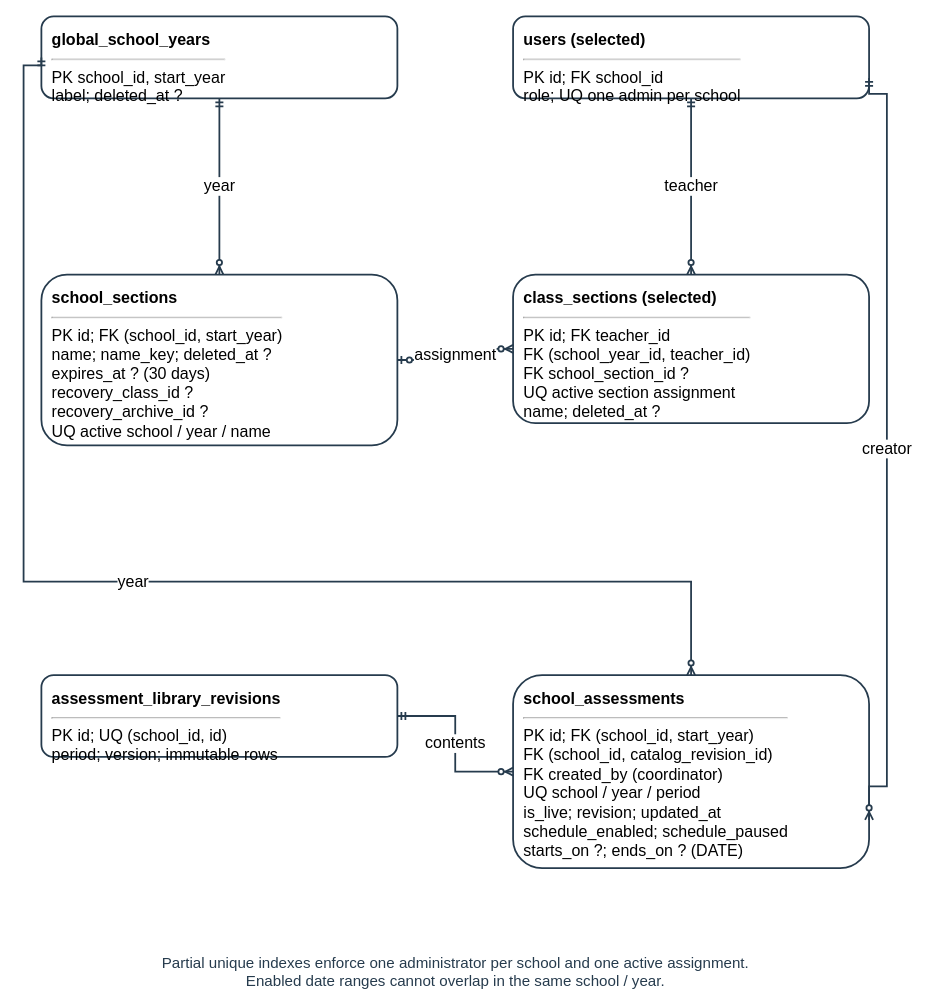
Before: docs/diagrams/class-workspaces/figure-26c-school-flow-erd.drawio in AkuSayangKamuJudaSayang/crl-app, a draw.io diagram. Source tidied: cells renumbered, new cells numbered last; positions are measured from the earlier drawing's top-left corner, leaving out a move shared by most shapes. Both pictures are drawn from the tidied source at 89%, with x=0, y=0 at pixel (23, 16).
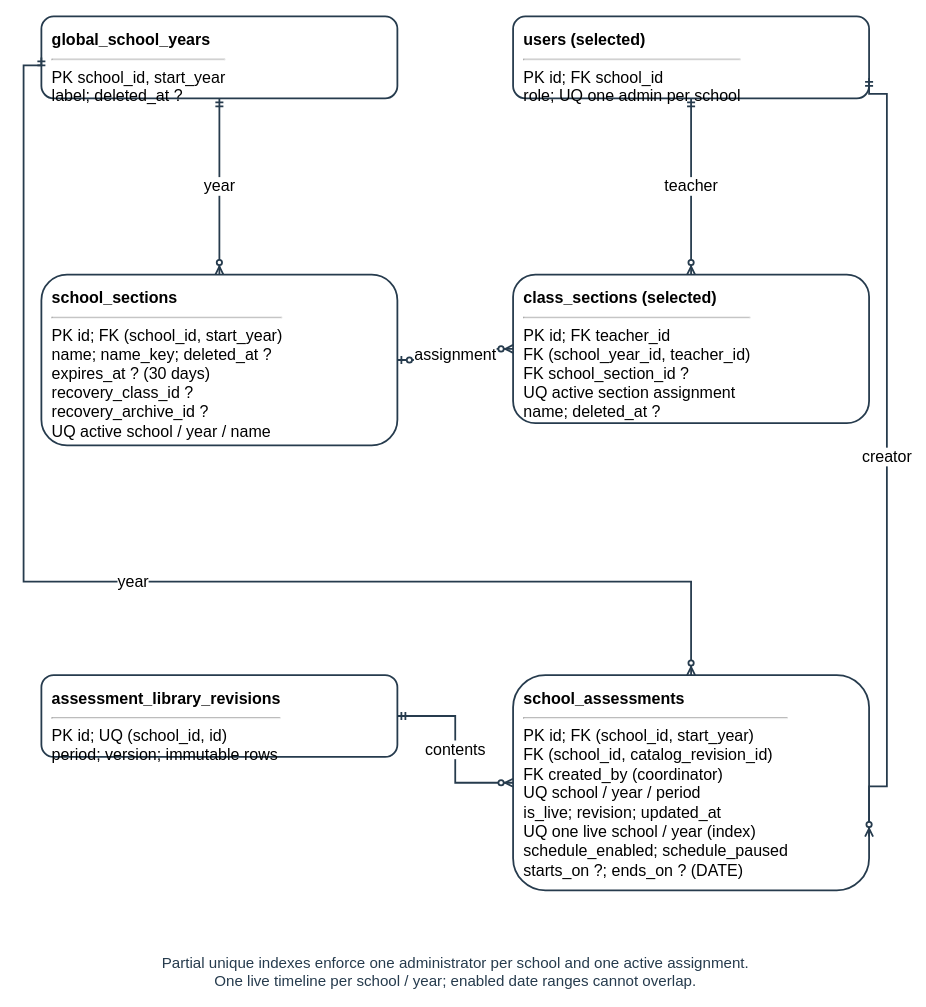
The same page after the edit.

Change to the diagram source:
```diff
@@
 <mxGraphModel>
   <root>
     <mxCell id="0" />
     <mxCell id="1" parent="0" />
-    <mxCell id="2" value="Partial unique indexes enforce one administrator per school and one active assignment.&lt;br&gt;Enabled date ranges cannot overlap in the same school / year." style="text;html=1;align=center;verticalAlign=top;fontSize=17;fontColor=#263b4d;fontStyle=0;strokeColor=none;fillColor=none;" parent="1" vertex="1">
+    <mxCell id="2" value="Partial unique indexes enforce one administrator per school and one active assignment.&lt;br&gt;One live timeline per school / year; enabled date ranges cannot overlap." style="text;html=1;align=center;verticalAlign=top;fontSize=17;fontColor=#263b4d;fontStyle=0;strokeColor=none;fillColor=none;" parent="1" vertex="1">
       <mxGeometry x="185" y="1048" width="600" height="40.8" as="geometry" />
     </mxCell>
     <mxCell id="3" value="&lt;b&gt;global_school_years&lt;/b&gt;&lt;br&gt;&lt;hr&gt;PK school_id, start_year&lt;br&gt;label; deleted_at ?" style="rounded=1;html=1;whiteSpace=wrap;fillColor=#ffffff;strokeColor=#263b4d;strokeWidth=2;align=left;verticalAlign=top;spacing=12;fontSize=18;" parent="1" vertex="1">
       <mxGeometry x="20" width="400" height="92" as="geometry" />
     </mxCell>
     <mxCell id="4" value="&lt;b&gt;users (selected)&lt;/b&gt;&lt;br&gt;&lt;hr&gt;PK id; FK school_id&lt;br&gt;role; UQ one admin per school" style="rounded=1;html=1;whiteSpace=wrap;fillColor=#ffffff;strokeColor=#263b4d;strokeWidth=2;align=left;verticalAlign=top;spacing=12;fontSize=18;" parent="1" vertex="1">
       <mxGeometry x="550" width="400" height="92" as="geometry" />
     </mxCell>
     <mxCell id="5" value="&lt;b&gt;school_sections&lt;/b&gt;&lt;br&gt;&lt;hr&gt;PK id; FK (school_id, start_year)&lt;br&gt;name; name_key; deleted_at ?&lt;br&gt;expires_at ? (30 days)&lt;br&gt;recovery_class_id ?&lt;br&gt;recovery_archive_id ?&lt;br&gt;UQ active school / year / name" style="rounded=1;html=1;whiteSpace=wrap;fillColor=#ffffff;strokeColor=#263b4d;strokeWidth=2;align=left;verticalAlign=top;spacing=12;fontSize=18;" parent="1" vertex="1">
       <mxGeometry x="20" y="290" width="400" height="192" as="geometry" />
     </mxCell>
     <mxCell id="6" value="&lt;b&gt;class_sections (selected)&lt;/b&gt;&lt;br&gt;&lt;hr&gt;PK id; FK teacher_id&lt;br&gt;FK (school_year_id, teacher_id)&lt;br&gt;FK school_section_id ?&lt;br&gt;UQ active section assignment&lt;br&gt;name; deleted_at ?" style="rounded=1;html=1;whiteSpace=wrap;fillColor=#ffffff;strokeColor=#263b4d;strokeWidth=2;align=left;verticalAlign=top;spacing=12;fontSize=18;" parent="1" vertex="1">
       <mxGeometry x="550" y="290" width="400" height="167" as="geometry" />
     </mxCell>
     <mxCell id="7" value="&lt;b&gt;assessment_library_revisions&lt;/b&gt;&lt;br&gt;&lt;hr&gt;PK id; UQ (school_id, id)&lt;br&gt;period; version; immutable rows" style="rounded=1;html=1;whiteSpace=wrap;fillColor=#ffffff;strokeColor=#263b4d;strokeWidth=2;align=left;verticalAlign=top;spacing=12;fontSize=18;" parent="1" vertex="1">
       <mxGeometry x="20" y="740" width="400" height="92" as="geometry" />
     </mxCell>
-    <mxCell id="8" value="&lt;b&gt;school_assessments&lt;/b&gt;&lt;br&gt;&lt;hr&gt;PK id; FK (school_id, start_year)&lt;br&gt;FK (school_id, catalog_revision_id)&lt;br&gt;FK created_by (coordinator)&lt;br&gt;UQ school / year / period&lt;br&gt;is_live; revision; updated_at&lt;br&gt;schedule_enabled; schedule_paused&lt;br&gt;starts_on ?; ends_on ? (DATE)" style="rounded=1;html=1;whiteSpace=wrap;fillColor=#ffffff;strokeColor=#263b4d;strokeWidth=2;align=left;verticalAlign=top;spacing=12;fontSize=18;" parent="1" vertex="1">
-      <mxGeometry x="550" y="740" width="400" height="217" as="geometry" />
+    <mxCell id="8" value="&lt;b&gt;school_assessments&lt;/b&gt;&lt;br&gt;&lt;hr&gt;PK id; FK (school_id, start_year)&lt;br&gt;FK (school_id, catalog_revision_id)&lt;br&gt;FK created_by (coordinator)&lt;br&gt;UQ school / year / period&lt;br&gt;is_live; revision; updated_at&lt;br&gt;UQ one live school / year (index)&lt;br&gt;schedule_enabled; schedule_paused&lt;br&gt;starts_on ?; ends_on ? (DATE)" style="rounded=1;html=1;whiteSpace=wrap;fillColor=#ffffff;strokeColor=#263b4d;strokeWidth=2;align=left;verticalAlign=top;spacing=12;fontSize=18;" parent="1" vertex="1">
+      <mxGeometry x="550" y="740" width="400" height="242" as="geometry" />
     </mxCell>
     <mxCell id="9" value="year" style="edgeStyle=orthogonalEdgeStyle;rounded=0;html=1;endArrow=none;strokeColor=#263b4d;strokeWidth=2;exitX=0.5;exitY=1;entryX=0.5;entryY=0;fontSize=18;labelBackgroundColor=#ffffff;startArrow=ERmandOne;endArrow=ERzeroToMany;" parent="1" edge="1" source="3" target="5">
       <mxGeometry relative="1" as="geometry" />
     </mxCell>
     <mxCell id="10" value="teacher" style="edgeStyle=orthogonalEdgeStyle;rounded=0;html=1;endArrow=none;strokeColor=#263b4d;strokeWidth=2;exitX=0.5;exitY=1;entryX=0.5;entryY=0;fontSize=18;labelBackgroundColor=#ffffff;startArrow=ERmandOne;endArrow=ERzeroToMany;" parent="1" edge="1" source="4" target="6">
       <mxGeometry relative="1" as="geometry" />
     </mxCell>
     <mxCell id="11" value="assignment" style="edgeStyle=orthogonalEdgeStyle;rounded=0;html=1;endArrow=none;strokeColor=#263b4d;strokeWidth=2;exitX=1;exitY=0.5;entryX=0;entryY=0.5;fontSize=18;labelBackgroundColor=#ffffff;startArrow=ERzeroToOne;endArrow=ERzeroToMany;" parent="1" edge="1" source="5" target="6">
       <mxGeometry relative="1" as="geometry" />
     </mxCell>
     <mxCell id="12" value="contents" style="edgeStyle=orthogonalEdgeStyle;rounded=0;html=1;endArrow=none;strokeColor=#263b4d;strokeWidth=2;exitX=1;exitY=0.5;entryX=0;entryY=0.5;fontSize=18;labelBackgroundColor=#ffffff;startArrow=ERmandOne;endArrow=ERzeroToMany;" parent="1" edge="1" source="7" target="8">
       <mxGeometry relative="1" as="geometry" />
     </mxCell>
     <mxCell id="13" value="year" style="edgeStyle=orthogonalEdgeStyle;rounded=0;html=1;endArrow=none;strokeColor=#263b4d;strokeWidth=2;exitX=0;exitY=0.5;entryX=0.5;entryY=0;fontSize=18;labelBackgroundColor=#ffffff;startArrow=ERmandOne;endArrow=ERzeroToMany;" parent="1" edge="1" source="3" target="8">
       <mxGeometry relative="1" as="geometry">
         <Array as="points">
           <mxPoint y="55" />
           <mxPoint y="635" />
           <mxPoint x="750" y="635" />
         </Array>
       </mxGeometry>
     </mxCell>
     <mxCell id="14" value="creator" style="edgeStyle=orthogonalEdgeStyle;rounded=0;html=1;endArrow=none;strokeColor=#263b4d;strokeWidth=2;exitX=1;exitY=0.75;entryX=1;entryY=0.75;fontSize=18;labelBackgroundColor=#ffffff;startArrow=ERmandOne;endArrow=ERzeroToMany;" parent="1" edge="1" source="4" target="8">
       <mxGeometry relative="1" as="geometry">
         <Array as="points">
           <mxPoint x="970" y="87" />
           <mxPoint x="970" y="865" />
         </Array>
       </mxGeometry>
     </mxCell>
   </root>
 </mxGraphModel>
```
